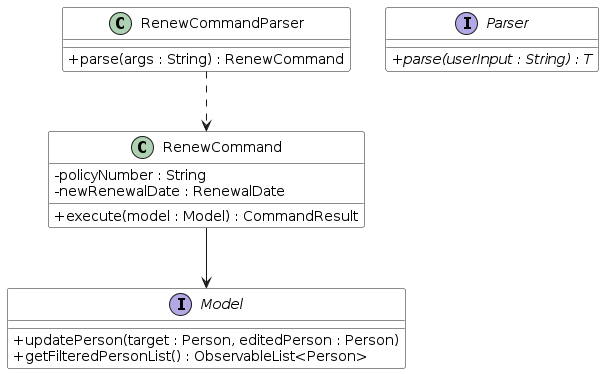
This is diagrams/RenewCommandClassDiagram.png from AY2425S2-CS2103-F08-2/tp, a PlantUML export, as it was before one commit. Its source is kept beside it as diagrams/RenewCommandClassDiagram.puml.
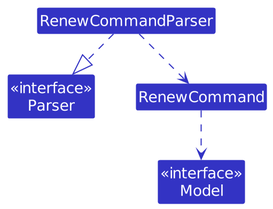
Later version of the same file.

What changed in the source:
```diff
@@ -1,26 +1,33 @@
 @startuml
-skinparam classAttributeIconSize 0
+!include style.puml
+skinparam dpi 300
+skinparam arrowThickness 1.1
+skinparam arrowColor LOGIC_COLOR
 skinparam classBackgroundColor LOGIC_COLOR
+skinparam nodesep 40
+skinparam ranksep 40
+scale 0.6
 
-class RenewCommand {
+Class "<<interface>>\nParser" as Parser {
+    + {abstract} parse(userInput : String) : T
+}
+
+Class "<<interface>>\nModel" as Model {
+    + updatePerson(target : Person, editedPerson : Person)
+    + getFilteredPersonList() : ObservableList<Person>
+}
+
+Class RenewCommand {
     - policyNumber : String
     - newRenewalDate : RenewalDate
     + execute(model : Model) : CommandResult
 }
 
-class RenewCommandParser {
+Class RenewCommandParser {
     + parse(args : String) : RenewCommand
 }
 
-interface Parser {
-    + {abstract} parse(userInput : String) : T
-}
-
-interface Model {
-    + updatePerson(target : Person, editedPerson : Person)
-    + getFilteredPersonList() : ObservableList<Person>
-}
-
+RenewCommandParser ..|> Parser
 RenewCommandParser ..> RenewCommand
-RenewCommand --> Model
+RenewCommand ..> Model
 @enduml
```
